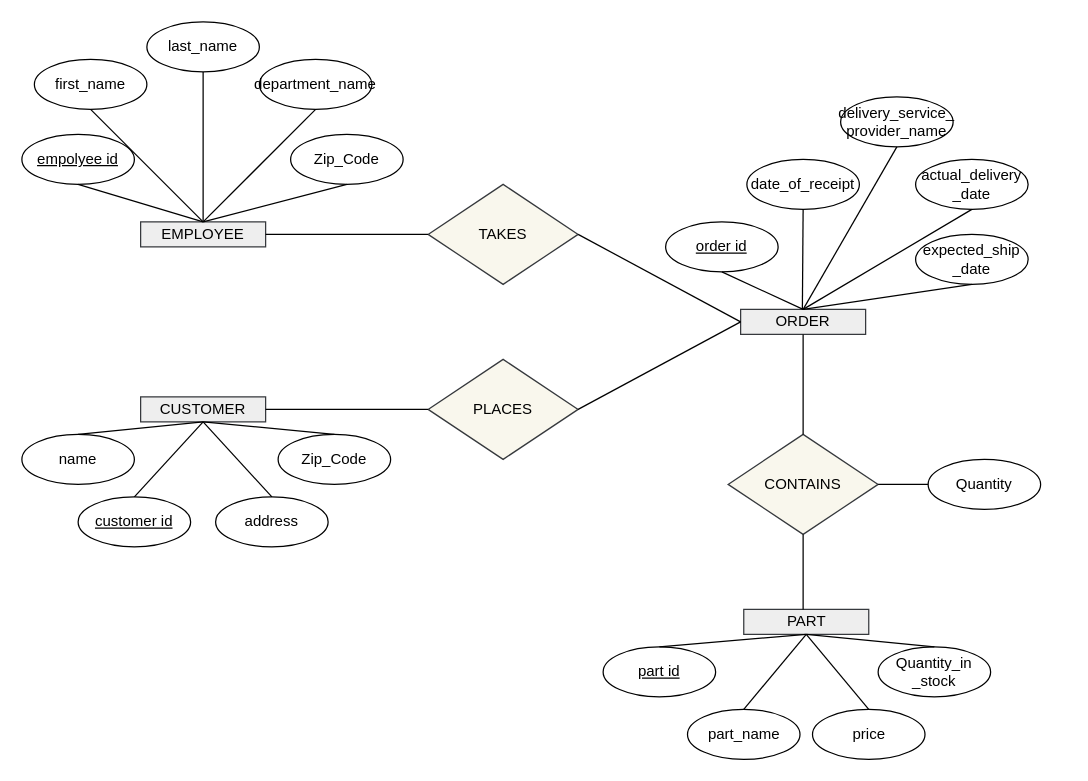
The draw.io diagram lab3.drawio in ale8ander/ale8ander, before the edit. Source tidied: cells renumbered, new cells numbered last; positions are measured from the earlier drawing's top-left corner, leaving out a move shared by most shapes. Both pictures are drawn from the tidied source at 125%, with x=0, y=0 at pixel (21, 21).
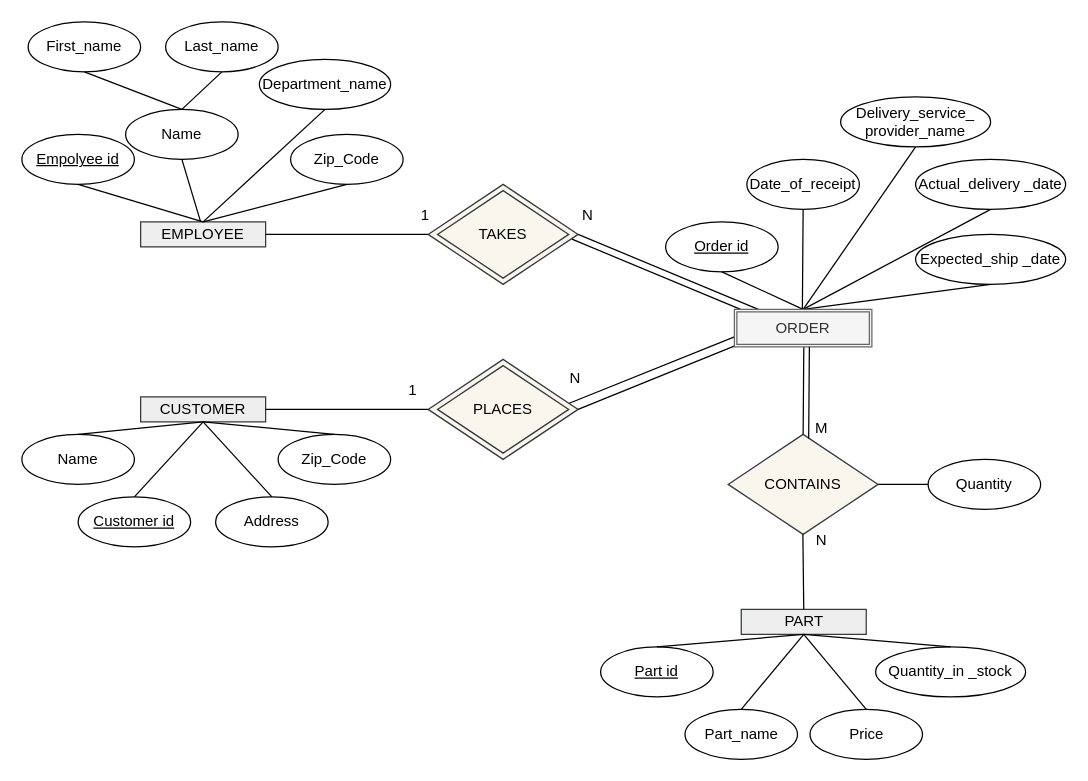
Above is the later version.

Unchanged cells that the change refers to:
```xml
<mxCell id="2" value="EMPLOYEE" style="rounded=0;whiteSpace=wrap;html=1;fillColor=#eeeeee;strokeColor=#36393d;" parent="1" vertex="1">
  <mxGeometry x="95" y="160" width="100" height="20" as="geometry" />
</mxCell>
<mxCell id="25" value="PLACES" style="rhombus;whiteSpace=wrap;html=1;fillColor=#f9f7ed;strokeColor=#36393d;" parent="1" vertex="1">
  <mxGeometry x="325" y="270" width="120" height="80" as="geometry" />
</mxCell>
<mxCell id="26" value="TAKES" style="rhombus;whiteSpace=wrap;html=1;fillColor=#f9f7ed;strokeColor=#36393d;" parent="1" vertex="1">
  <mxGeometry x="325" y="130" width="120" height="80" as="geometry" />
</mxCell>
<mxCell id="27" value="CONTAINS" style="rhombus;whiteSpace=wrap;html=1;fillColor=#f9f7ed;strokeColor=#36393d;" parent="1" vertex="1">
  <mxGeometry x="565" y="330" width="120" height="80" as="geometry" />
</mxCell>
```

Diff of the diagram source:
```diff
@@
-    <mxCell id="3" value="&lt;u&gt;empolyee id&lt;/u&gt;" style="ellipse;whiteSpace=wrap;html=1;" parent="1" vertex="1">
+    <mxCell id="3" value="&lt;u&gt;Empolyee id&lt;/u&gt;" style="ellipse;whiteSpace=wrap;html=1;" parent="1" vertex="1">
       <mxGeometry y="90" width="90" height="40" as="geometry" />
     </mxCell>
@@
     <mxCell id="5" value="PART" style="rounded=0;whiteSpace=wrap;html=1;fillColor=#eeeeee;strokeColor=#36393d;" parent="1" vertex="1">
-      <mxGeometry x="577.5" y="470" width="100" height="20" as="geometry" />
+      <mxGeometry x="575.5" y="470" width="100" height="20" as="geometry" />
     </mxCell>
@@
-    <mxCell id="7" value="first_name" style="ellipse;whiteSpace=wrap;html=1;" parent="1" vertex="1">
-      <mxGeometry x="10" y="30" width="90" height="40" as="geometry" />
+    <mxCell id="7" value="First_name" style="ellipse;whiteSpace=wrap;html=1;" parent="1" vertex="1">
+      <mxGeometry x="5" width="90" height="40" as="geometry" />
     </mxCell>
-    <mxCell id="8" value="last_name" style="ellipse;whiteSpace=wrap;html=1;" parent="1" vertex="1">
-      <mxGeometry x="100" width="90" height="40" as="geometry" />
+    <mxCell id="8" value="Last_name" style="ellipse;whiteSpace=wrap;html=1;" parent="1" vertex="1">
+      <mxGeometry x="115" width="90" height="40" as="geometry" />
     </mxCell>
-    <mxCell id="9" value="department_name" style="ellipse;whiteSpace=wrap;html=1;" parent="1" vertex="1">
-      <mxGeometry x="190" y="30" width="90" height="40" as="geometry" />
+    <mxCell id="9" value="Department_name" style="ellipse;whiteSpace=wrap;html=1;" parent="1" vertex="1">
+      <mxGeometry x="190" y="30" width="105" height="40" as="geometry" />
     </mxCell>
@@
-    <mxCell id="11" value="&lt;u&gt;customer id&lt;/u&gt;" style="ellipse;whiteSpace=wrap;html=1;" parent="1" vertex="1">
+    <mxCell id="11" value="&lt;u&gt;Customer id&lt;/u&gt;" style="ellipse;whiteSpace=wrap;html=1;" parent="1" vertex="1">
       <mxGeometry x="45" y="380" width="90" height="40" as="geometry" />
     </mxCell>
-    <mxCell id="12" value="name" style="ellipse;whiteSpace=wrap;html=1;" parent="1" vertex="1">
+    <mxCell id="12" value="Name" style="ellipse;whiteSpace=wrap;html=1;" parent="1" vertex="1">
       <mxGeometry y="330" width="90" height="40" as="geometry" />
     </mxCell>
-    <mxCell id="13" value="address" style="ellipse;whiteSpace=wrap;html=1;" parent="1" vertex="1">
+    <mxCell id="13" value="Address" style="ellipse;whiteSpace=wrap;html=1;" parent="1" vertex="1">
       <mxGeometry x="155" y="380" width="90" height="40" as="geometry" />
     </mxCell>
@@
-    <mxCell id="15" value="&lt;u&gt;part id&lt;/u&gt;" style="ellipse;whiteSpace=wrap;html=1;" parent="1" vertex="1">
-      <mxGeometry x="465" y="500" width="90" height="40" as="geometry" />
+    <mxCell id="15" value="&lt;u&gt;Part id&lt;/u&gt;" style="ellipse;whiteSpace=wrap;html=1;" parent="1" vertex="1">
+      <mxGeometry x="463" y="500" width="90" height="40" as="geometry" />
     </mxCell>
-    <mxCell id="16" value="part_name" style="ellipse;whiteSpace=wrap;html=1;" parent="1" vertex="1">
-      <mxGeometry x="532.5" y="550" width="90" height="40" as="geometry" />
+    <mxCell id="16" value="Part_name" style="ellipse;whiteSpace=wrap;html=1;" parent="1" vertex="1">
+      <mxGeometry x="530.5" y="550" width="90" height="40" as="geometry" />
     </mxCell>
-    <mxCell id="17" value="price" style="ellipse;whiteSpace=wrap;html=1;" parent="1" vertex="1">
-      <mxGeometry x="632.5" y="550" width="90" height="40" as="geometry" />
+    <mxCell id="17" value="Price" style="ellipse;whiteSpace=wrap;html=1;" parent="1" vertex="1">
+      <mxGeometry x="630.5" y="550" width="90" height="40" as="geometry" />
     </mxCell>
     <mxCell id="18" value="Quantity_in _stock" style="ellipse;whiteSpace=wrap;html=1;" parent="1" vertex="1">
-      <mxGeometry x="685" y="500" width="90" height="40" as="geometry" />
+      <mxGeometry x="683" y="500" width="120" height="40" as="geometry" />
     </mxCell>
-    <mxCell id="19" value="ORDER" style="rounded=0;whiteSpace=wrap;html=1;fillColor=#eeeeee;strokeColor=#36393d;" parent="1" vertex="1">
-      <mxGeometry x="575" y="230" width="100" height="20" as="geometry" />
-    </mxCell>
-    <mxCell id="20" value="&lt;u&gt;order id&lt;/u&gt;" style="ellipse;whiteSpace=wrap;html=1;" parent="1" vertex="1">
+    <mxCell id="20" value="&lt;u&gt;Order id&lt;/u&gt;" style="ellipse;whiteSpace=wrap;html=1;" parent="1" vertex="1">
       <mxGeometry x="515" y="160" width="90" height="40" as="geometry" />
     </mxCell>
-    <mxCell id="21" value="date_of_receipt" style="ellipse;whiteSpace=wrap;html=1;" parent="1" vertex="1">
+    <mxCell id="21" value="Date_of_receipt" style="ellipse;whiteSpace=wrap;html=1;" parent="1" vertex="1">
       <mxGeometry x="580" y="110" width="90" height="40" as="geometry" />
     </mxCell>
-    <mxCell id="22" value="delivery_service_ provider_name" style="ellipse;whiteSpace=wrap;html=1;" parent="1" vertex="1">
-      <mxGeometry x="655" y="60" width="90" height="40" as="geometry" />
+    <mxCell id="22" value="Delivery_service_ provider_name" style="ellipse;whiteSpace=wrap;html=1;" parent="1" vertex="1">
+      <mxGeometry x="655" y="60" width="120" height="40" as="geometry" />
     </mxCell>
-    <mxCell id="23" value="expected_ship _date" style="ellipse;whiteSpace=wrap;html=1;" parent="1" vertex="1">
-      <mxGeometry x="715" y="170" width="90" height="40" as="geometry" />
+    <mxCell id="23" value="Expected_ship _date" style="ellipse;whiteSpace=wrap;html=1;" parent="1" vertex="1">
+      <mxGeometry x="715" y="170" width="120" height="40" as="geometry" />
     </mxCell>
-    <mxCell id="24" value="actual_delivery _date" style="ellipse;whiteSpace=wrap;html=1;" parent="1" vertex="1">
-      <mxGeometry x="715" y="110" width="90" height="40" as="geometry" />
+    <mxCell id="24" value="Actual_delivery _date" style="ellipse;whiteSpace=wrap;html=1;" parent="1" vertex="1">
+      <mxGeometry x="715" y="110" width="120" height="40" as="geometry" />
     </mxCell>
@@
-    <mxCell id="29" style="endArrow=none;html=1;rounded=0;entryX=0.5;entryY=1;entryDx=0;entryDy=0;" parent="1" edge="1" target="7">
-      <mxGeometry relative="1" as="geometry">
-        <mxPoint x="145" y="160" as="sourcePoint" />
-      </mxGeometry>
+    <mxCell id="29" style="endArrow=none;html=1;rounded=0;entryX=0.5;entryY=1;entryDx=0;entryDy=0;exitX=0.5;exitY=0;exitDx=0;exitDy=0;" parent="1" edge="1" source="53" target="7">
+      <mxGeometry relative="1" as="geometry" />
     </mxCell>
-    <mxCell id="30" style="endArrow=none;html=1;rounded=0;entryX=0.5;entryY=1;entryDx=0;entryDy=0;" parent="1" edge="1" source="2" target="8">
+    <mxCell id="30" style="endArrow=none;html=1;rounded=0;entryX=0.5;entryY=1;entryDx=0;entryDy=0;exitX=0.5;exitY=0;exitDx=0;exitDy=0;" parent="1" edge="1" source="53" target="8">
       <mxGeometry relative="1" as="geometry" />
     </mxCell>
@@
-    <mxCell id="38" style="endArrow=none;html=1;rounded=0;entryX=0.5;entryY=1;entryDx=0;entryDy=0;exitX=0.5;exitY=0;exitDx=0;exitDy=0;" parent="1" edge="1" source="27" target="19">
-      <mxGeometry relative="1" as="geometry" />
+    <mxCell id="38" style="endArrow=none;html=1;rounded=0;entryX=0.5;entryY=1;entryDx=0;entryDy=0;exitX=0.5;exitY=0;exitDx=0;exitDy=0;" parent="1" edge="1" source="27">
+      <mxGeometry relative="1" as="geometry">
+        <mxPoint x="625.6" y="252.1" as="targetPoint" />
+      </mxGeometry>
     </mxCell>
-    <mxCell id="39" style="endArrow=none;html=1;rounded=0;entryX=0.5;entryY=1;entryDx=0;entryDy=0;" parent="1" edge="1" target="27">
+    <mxCell id="39" style="endArrow=none;html=1;rounded=0;entryX=0.444;entryY=0.934;entryDx=0;entryDy=0;entryPerimeter=0;exitX=0.5;exitY=0;exitDx=0;exitDy=0;" parent="1" edge="1" source="5">
       <mxGeometry relative="1" as="geometry">
-        <mxPoint x="625" y="470" as="sourcePoint" />
+        <mxPoint x="624.8" y="410" as="targetPoint" />
       </mxGeometry>
     </mxCell>
@@
-    <mxCell id="44" style="endArrow=none;html=1;rounded=0;entryX=0.5;entryY=1;entryDx=0;entryDy=0;exitX=0.5;exitY=0;exitDx=0;exitDy=0;" parent="1" edge="1" source="19" target="20">
-      <mxGeometry relative="1" as="geometry" />
+    <mxCell id="44" style="endArrow=none;html=1;rounded=0;entryX=0.5;entryY=1;entryDx=0;entryDy=0;exitX=0.5;exitY=0;exitDx=0;exitDy=0;" parent="1" edge="1" target="20">
+      <mxGeometry relative="1" as="geometry">
+        <mxPoint x="625" y="230" as="sourcePoint" />
+      </mxGeometry>
     </mxCell>
@@
-    <mxCell id="47" style="endArrow=none;html=1;rounded=0;entryX=0.5;entryY=1;entryDx=0;entryDy=0;exitX=0.5;exitY=0;exitDx=0;exitDy=0;" parent="1" edge="1" source="19" target="24">
-      <mxGeometry relative="1" as="geometry" />
+    <mxCell id="47" style="endArrow=none;html=1;rounded=0;entryX=0.5;entryY=1;entryDx=0;entryDy=0;exitX=0.5;exitY=0;exitDx=0;exitDy=0;" parent="1" edge="1" target="24">
+      <mxGeometry relative="1" as="geometry">
+        <mxPoint x="625" y="230" as="sourcePoint" />
+      </mxGeometry>
     </mxCell>
-    <mxCell id="48" style="endArrow=none;html=1;rounded=0;entryX=0.5;entryY=1;entryDx=0;entryDy=0;exitX=0.5;exitY=0;exitDx=0;exitDy=0;" parent="1" edge="1" source="19" target="23">
-      <mxGeometry relative="1" as="geometry" />
+    <mxCell id="48" style="endArrow=none;html=1;rounded=0;entryX=0.5;entryY=1;entryDx=0;entryDy=0;exitX=0.5;exitY=0;exitDx=0;exitDy=0;" parent="1" edge="1" target="23">
+      <mxGeometry relative="1" as="geometry">
+        <mxPoint x="625" y="230" as="sourcePoint" />
+      </mxGeometry>
     </mxCell>
@@
-    <mxCell id="51" style="endArrow=none;html=1;rounded=0;entryX=1;entryY=0.5;entryDx=0;entryDy=0;exitX=0;exitY=0.5;exitDx=0;exitDy=0;" parent="1" edge="1" source="19" target="26">
-      <mxGeometry relative="1" as="geometry" />
+    <mxCell id="51" style="endArrow=none;html=1;rounded=0;entryX=1;entryY=0.5;entryDx=0;entryDy=0;exitX=0.142;exitY=0.002;exitDx=0;exitDy=0;exitPerimeter=0;" parent="1" edge="1" target="26">
+      <mxGeometry relative="1" as="geometry">
+        <mxPoint x="589.2" y="230" as="sourcePoint" />
+      </mxGeometry>
     </mxCell>
-    <mxCell id="52" style="endArrow=none;html=1;rounded=0;entryX=1;entryY=0.5;entryDx=0;entryDy=0;" parent="1" edge="1" target="25">
+    <mxCell id="52" style="endArrow=none;html=1;rounded=0;entryX=0.941;entryY=0.439;entryDx=0;entryDy=0;exitX=0;exitY=1;exitDx=0;exitDy=0;entryPerimeter=0;" parent="1" edge="1" target="25">
       <mxGeometry relative="1" as="geometry">
-        <mxPoint x="575" y="240" as="sourcePoint" />
+        <mxPoint x="575" y="250" as="sourcePoint" />
       </mxGeometry>
     </mxCell>
+    <mxCell id="53" value="Name" style="ellipse;whiteSpace=wrap;html=1;" parent="1" vertex="1">
+      <mxGeometry x="83" y="70" width="90" height="40" as="geometry" />
+    </mxCell>
+    <mxCell id="54" style="endArrow=none;html=1;rounded=0;entryX=0.5;entryY=1;entryDx=0;entryDy=0;" parent="1" edge="1" target="53">
+      <mxGeometry relative="1" as="geometry">
+        <mxPoint x="143" y="160" as="sourcePoint" />
+      </mxGeometry>
+    </mxCell>
+    <mxCell id="55" style="endArrow=none;html=1;rounded=0;exitX=0;exitY=0;exitDx=0;exitDy=0;entryX=0.959;entryY=0.548;entryDx=0;entryDy=0;entryPerimeter=0;" parent="1" edge="1" target="26">
+      <mxGeometry relative="1" as="geometry">
+        <mxPoint x="575" y="230" as="sourcePoint" />
+      </mxGeometry>
+    </mxCell>
+    <mxCell id="56" value="N" style="text;html=1;align=center;verticalAlign=middle;whiteSpace=wrap;rounded=0;" parent="1" vertex="1">
+      <mxGeometry x="423" y="140" width="60" height="30" as="geometry" />
+    </mxCell>
+    <mxCell id="57" value="1" style="text;html=1;align=center;verticalAlign=middle;whiteSpace=wrap;rounded=0;" parent="1" vertex="1">
+      <mxGeometry x="293" y="140" width="60" height="30" as="geometry" />
+    </mxCell>
+    <mxCell id="58" style="endArrow=none;html=1;rounded=0;entryX=1;entryY=0.5;entryDx=0;entryDy=0;" parent="1" edge="1" target="25">
+      <mxGeometry relative="1" as="geometry">
+        <mxPoint x="593" y="250" as="sourcePoint" />
+      </mxGeometry>
+    </mxCell>
+    <mxCell id="59" value="N" style="text;html=1;align=center;verticalAlign=middle;whiteSpace=wrap;rounded=0;" parent="1" vertex="1">
+      <mxGeometry x="413" y="270" width="60" height="30" as="geometry" />
+    </mxCell>
+    <mxCell id="60" value="1" style="text;html=1;align=center;verticalAlign=middle;whiteSpace=wrap;rounded=0;" parent="1" vertex="1">
+      <mxGeometry x="283" y="280" width="60" height="30" as="geometry" />
+    </mxCell>
+    <mxCell id="61" value="N" style="text;html=1;align=center;verticalAlign=middle;whiteSpace=wrap;rounded=0;" parent="1" vertex="1">
+      <mxGeometry x="610" y="400" width="60" height="30" as="geometry" />
+    </mxCell>
+    <mxCell id="62" value="M" style="text;html=1;align=center;verticalAlign=middle;whiteSpace=wrap;rounded=0;" parent="1" vertex="1">
+      <mxGeometry x="610" y="310" width="60" height="30" as="geometry" />
+    </mxCell>
+    <mxCell id="19" value="ORDER" style="shape=ext;double=1;rounded=0;whiteSpace=wrap;html=1;fillColor=#f5f5f5;fontColor=#333333;strokeColor=#666666;" parent="1" vertex="1">
+      <mxGeometry x="570" y="230" width="110" height="30" as="geometry" />
+    </mxCell>
+    <mxCell id="63" style="rhombus;whiteSpace=wrap;html=1;fillColor=none;strokeColor=#36393d;" parent="1" vertex="1">
+      <mxGeometry x="332.5" y="135" width="105" height="70" as="geometry" />
+    </mxCell>
+    <mxCell id="64" style="rhombus;whiteSpace=wrap;html=1;fillColor=none;strokeColor=#36393d;" parent="1" vertex="1">
+      <mxGeometry x="332.5" y="275" width="105" height="70" as="geometry" />
+    </mxCell>
+    <mxCell id="65" style="endArrow=none;html=1;rounded=0;exitX=0.537;exitY=0.042;exitDx=0;exitDy=0;exitPerimeter=0;" parent="1" edge="1" source="27">
+      <mxGeometry relative="1" as="geometry">
+        <mxPoint x="630" y="260" as="targetPoint" />
+      </mxGeometry>
+    </mxCell>
```
